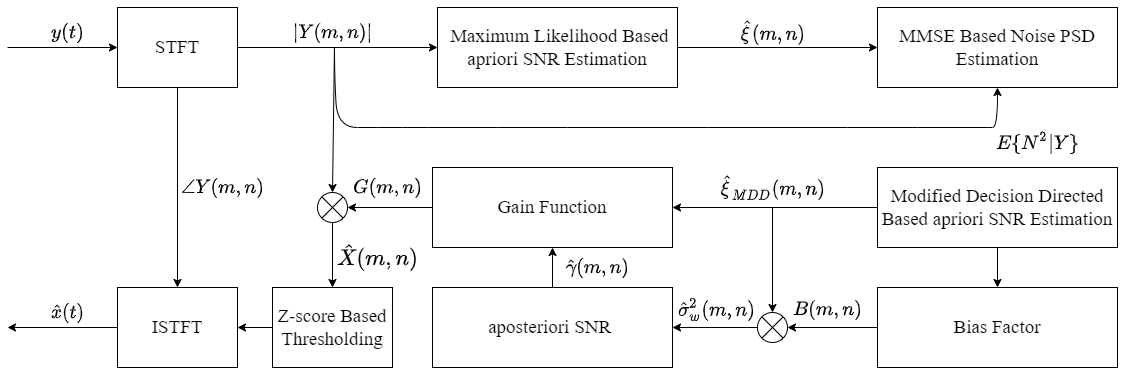
Earlier version of the draw.io export assets/PSD-APS.png (Ahmad-Abd/streamy). Source tidied: cells renumbered, new cells last; positions are measured from the earlier drawing's top-left corner, leaving out a move shared by most shapes.
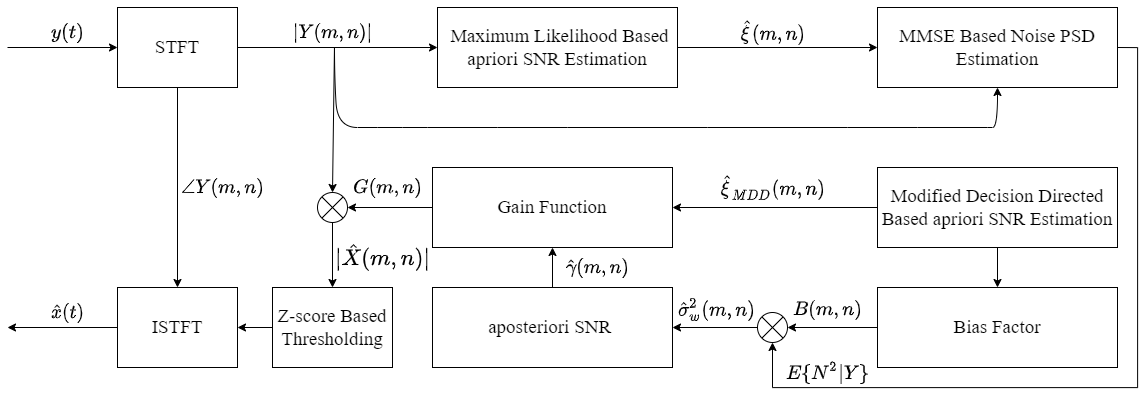
Above is the later version.

Commit message:
update assets folder

Diff of the diagram source:
```diff
@@ -45,6 +45,15 @@
     <mxCell id="13" value="$$ \hat ξ(m,n) $$" style="text;html=1;align=center;verticalAlign=middle;strokeColor=none;fillColor=none;fontSize=19;fontFamily=Times New Roman;" parent="1" vertex="1">
       <mxGeometry x="690" y="10" width="150" height="30" as="geometry" />
     </mxCell>
+    <mxCell id="41" style="edgeStyle=orthogonalEdgeStyle;rounded=0;jettySize=auto;html=1;exitX=1;exitY=0.5;exitDx=0;exitDy=0;entryX=0.5;entryY=1;entryDx=0;entryDy=0;" parent="1" edge="1" source="14" target="22">
+      <mxGeometry relative="1" as="geometry">
+        <Array as="points">
+          <mxPoint x="1130" y="40" />
+          <mxPoint x="1130" y="380" />
+          <mxPoint x="765" y="380" />
+        </Array>
+      </mxGeometry>
+    </mxCell>
     <mxCell id="14" value="MMSE Based Noise PSD Estimation" style="rounded=0;whiteSpace=wrap;html=1;fontFamily=Times New Roman;fontSize=19;" parent="1" vertex="1">
       <mxGeometry x="870" width="240" height="80" as="geometry" />
     </mxCell>
@@ -111,11 +120,6 @@
     <mxCell id="31" value="$$ \hat ξ_{MDD}(m,n) $$" style="text;html=1;align=center;verticalAlign=middle;strokeColor=none;fillColor=none;fontSize=19;fontFamily=Times New Roman;" parent="1" vertex="1">
       <mxGeometry x="655" y="165" width="220" height="30" as="geometry" />
     </mxCell>
-    <mxCell id="32" style="endArrow=classic;html=1;rounded=0;fontFamily=Times New Roman;fontSize=19;entryX=0.5;entryY=0;entryDx=0;entryDy=0;" parent="1" edge="1" target="22">
-      <mxGeometry relative="1" as="geometry">
-        <mxPoint x="765" y="200" as="sourcePoint" />
-      </mxGeometry>
-    </mxCell>
     <mxCell id="33" value="$$ G(m,n) $$" style="text;html=1;align=center;verticalAlign=middle;strokeColor=none;fillColor=none;fontSize=19;fontFamily=Times New Roman;" parent="1" vertex="1">
       <mxGeometry x="320" y="165" width="120" height="30" as="geometry" />
     </mxCell>
@@ -129,7 +133,7 @@
       <mxGeometry x="609" y="287" width="200" height="30" as="geometry" />
     </mxCell>
     <mxCell id="37" value="$$ E\{ {N^2|Y} \} $$" style="text;html=1;align=center;verticalAlign=middle;strokeColor=none;fillColor=none;fontSize=19;fontFamily=Times New Roman;" parent="1" vertex="1">
-      <mxGeometry x="940" y="120" width="180" height="30" as="geometry" />
+      <mxGeometry x="730" y="350" width="180" height="30" as="geometry" />
     </mxCell>
     <mxCell id="38" style="edgeStyle=orthogonalEdgeStyle;rounded=0;jettySize=auto;html=1;exitX=0;exitY=0.5;exitDx=0;exitDy=0;entryX=1;entryY=0.5;entryDx=0;entryDy=0;" parent="1" edge="1" source="39" target="9">
       <mxGeometry relative="1" as="geometry" />
@@ -137,8 +141,8 @@
     <mxCell id="39" value="Z-score Based&lt;br&gt;Thresholding" style="rounded=0;whiteSpace=wrap;html=1;fontFamily=Times New Roman;fontSize=19;" parent="1" vertex="1">
       <mxGeometry x="265" y="280" width="120" height="80" as="geometry" />
     </mxCell>
-    <mxCell id="40" value="&lt;font style=&quot;font-size: 19px&quot;&gt;$$ \hat X(m,n) $$&lt;/font&gt;" style="text;html=1;align=center;verticalAlign=middle;strokeColor=none;fillColor=none;" parent="1" vertex="1">
-      <mxGeometry x="290" y="240" width="160" height="20" as="geometry" />
+    <mxCell id="40" value="&lt;font style=&quot;font-size: 19px&quot;&gt;$$&amp;nbsp; |\hat&amp;nbsp;&lt;br&gt;X(m,n)|&amp;nbsp;$$&lt;/font&gt;" style="text;html=1;align=center;verticalAlign=middle;strokeColor=none;fillColor=none;" parent="1" vertex="1">
+      <mxGeometry x="325" y="230" width="100" height="40" as="geometry" />
     </mxCell>
   </root>
 </mxGraphModel>
```
